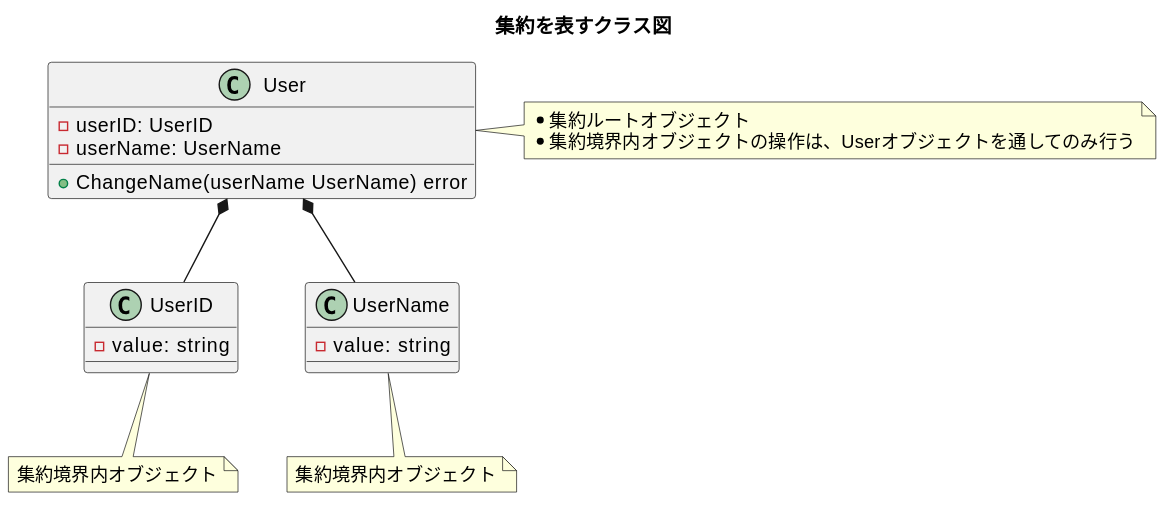
Earlier version of the PlantUML export diagrams/ch12-aggregate-user.svg (Yuki-TU/ddd).
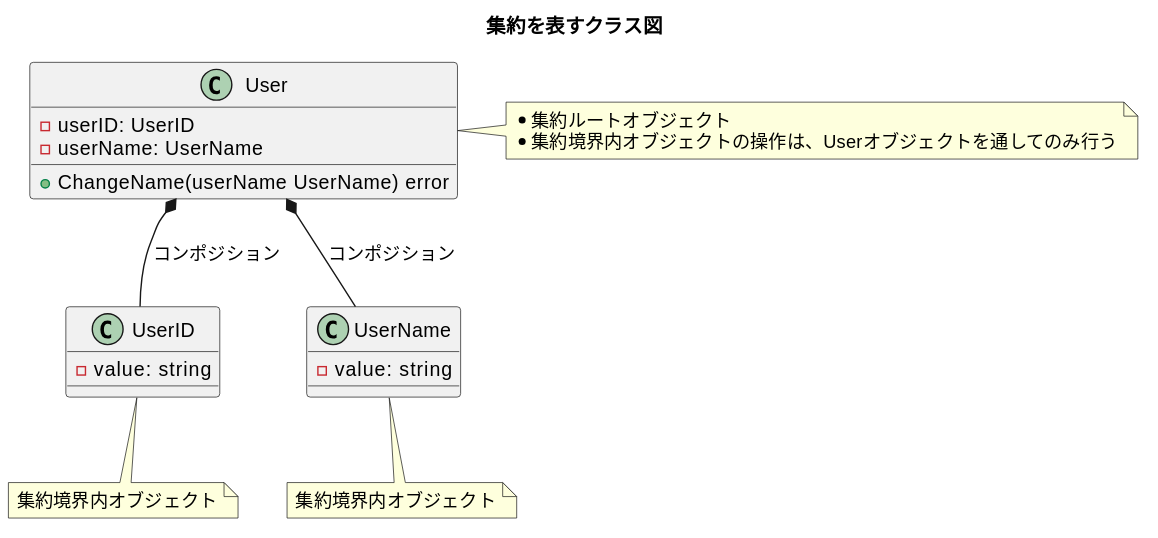
The same diagram one commit later.

Diff of the diagram source:
```diff
@@ -25,6 +25,6 @@
 集約境界内オブジェクト
 endnote
 
-User *-- UserID
-User *-- UserName
+User *-- UserID: コンポジション
+User *-- UserName: コンポジション
 @enduml
```
